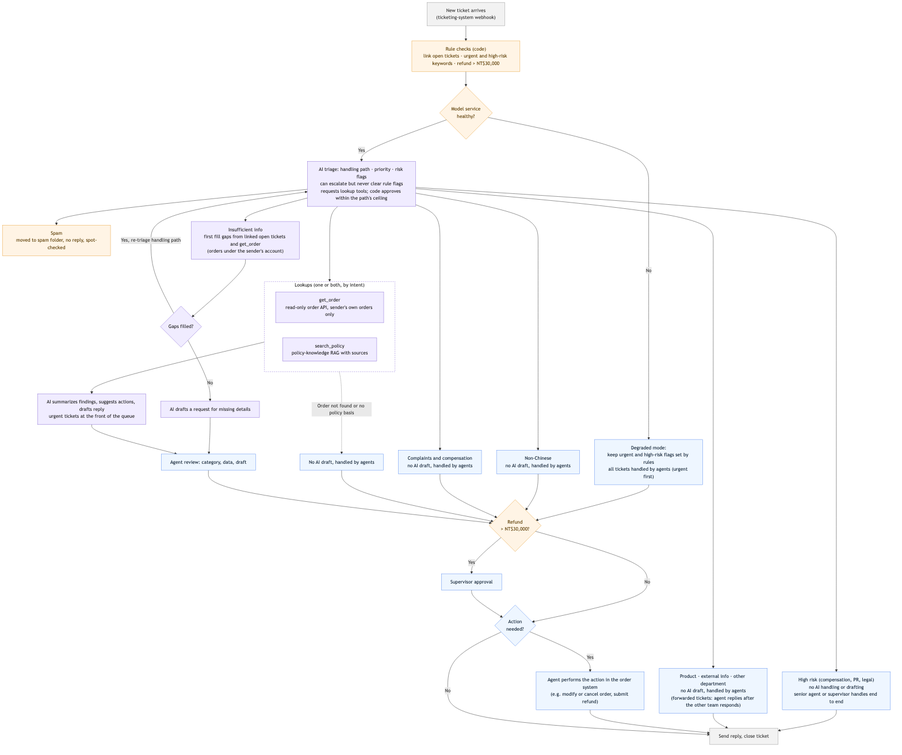
Earlier version of the Mermaid export docs/figures/workflow.png (wei-yiting/travel-support-ai-case-study). Its source is kept beside it as docs/figures/workflow.mmd.
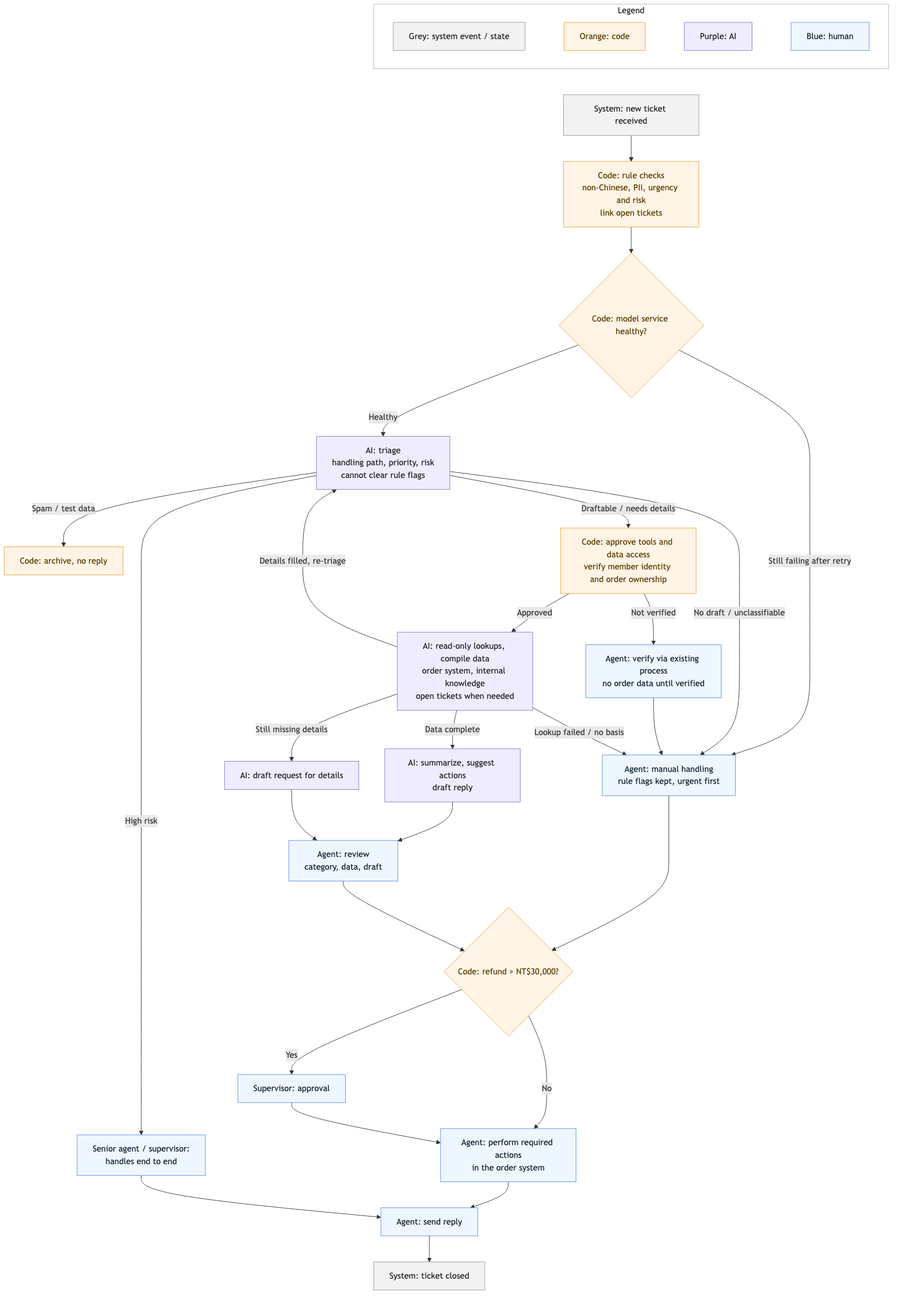
The same diagram one commit later.

Commit message:
Sync report with revised design: human-verified gates, feedback types, capacity model, sources

What changed in the source:
```diff
@@ -1,49 +1,45 @@
-%%{init: {"flowchart": {"wrappingWidth": 300}}}%%
 flowchart TD
-  A["New ticket arrives<br/>(ticketing-system webhook)"] --> R["Rule checks (code)<br/>link open tickets · urgent and high-risk keywords · refund > NT$30,000"]
-  R --> H{"Model service<br/>healthy?"}
-  H -- No --> M0["Degraded mode:<br/>keep urgent and high-risk flags set by rules<br/>all tickets handled by agents (urgent first)"]
-  H -- Yes --> C["AI triage: handling path · priority · risk flags<br/>can escalate but never clear rule flags<br/>requests lookup tools; code approves within the path's ceiling"]
+  subgraph LEGEND["Legend"]
+    direction LR
+    LS["Grey: system event / state"]
+    LR["Orange: code"]
+    LA["Purple: AI"]
+    LH["Blue: human"]
+    LS ~~~ LR ~~~ LA ~~~ LH
+  end
+  LEGEND ~~~ A
+  A["System: new ticket received"] --> R["Code: rule checks<br/>non-Chinese, PII, urgency and risk<br/>link open tickets"]
+  R --> M{"Code: model service healthy?"}
+  M -- "Still failing after retry" --> F["Agent: manual handling<br/>rule flags kept, urgent first"]
+  M -- "Healthy" --> T["AI: triage<br/>handling path, priority, risk<br/>cannot clear rule flags"]
+  T -- "Spam / test data" --> SP["Code: archive, no reply"]
+  T -- "High risk" --> HR["Senior agent / supervisor:<br/>handles end to end"]
+  T -- "No draft / unclassifiable" --> F
+  T -- "Draftable / needs details" --> G["Code: approve tools and data access<br/>verify member identity and order ownership"]
+  G -- "Not verified" --> V["Agent: verify via existing process<br/>no order data until verified"]
+  V --> F
+  G -- "Approved" --> Q["AI: read-only lookups, compile data<br/>order system, internal knowledge<br/>open tickets when needed"]
+  Q -- "Lookup failed / no basis" --> F
+  Q -- "Details filled, re-triage" --> T
+  Q -- "Still missing details" --> ASK["AI: draft request for details"]
+  Q -- "Data complete" --> D["AI: summarize, suggest actions<br/>draft reply"]
+  D --> C["Agent: review<br/>category, data, draft"]
+  ASK --> C
+  F --> J{"Code: refund > NT$30,000?"}
+  C --> J
+  J -- "Yes" --> S["Supervisor: approval"]
+  J -- "No" --> O["Agent: perform required actions<br/>in the order system"]
+  S --> O
+  O --> SEND["Agent: send reply"]
+  HR --> SEND
+  SEND --> DONE["System: ticket closed"]
 
-  C --> HR["High risk (compensation, PR, legal)<br/>no AI handling or drafting<br/>senior agent or supervisor handles end to end"]
-  C --> SP["Spam<br/>moved to spam folder, no reply, spot-checked"]
-  C --> NM["Product · external info · other department<br/>no AI draft, handled by agents<br/>(forwarded tickets: agent replies after the other team responds)"]
-  C --> CP["Complaints and compensation<br/>no AI draft, handled by agents"]
-  C --> INS["Insufficient info<br/>first fill gaps from linked open tickets and get_order<br/>(orders under the sender's account)"]
-  INS --> INSQ{"Gaps filled?"}
-  INSQ -- Yes, re-triage handling path --> C
-  INSQ -- No --> INSD["AI drafts a request for missing details"]
-  C --> NC["Non-Chinese<br/>no AI draft, handled by agents"]
-
-  subgraph Q["Lookups (one or both, by intent)"]
-    QO["get_order<br/>read-only order API, sender's own orders only"]
-    QK["search_policy<br/>policy-knowledge RAG with sources"]
-  end
-  C --> Q
-  Q -. Order not found or no policy basis .-> M1["No AI draft, handled by agents"]
-  Q --> D["AI summarizes findings, suggests actions, drafts reply<br/>urgent tickets at the front of the queue"]
-
-  M0 --> J
-  HR --> SEND
-  NM --> SEND
-  NC --> J
-  CP --> J
-  INSD --> K
-  M1 --> J
-  D --> K["Agent review: category, data, draft"]
-  K --> J{"Refund<br/>> NT$30,000?"}
-  J -- Yes --> S["Supervisor approval"]
-  J -- No --> OP{"Action<br/>needed?"}
-  S --> OP
-  OP -- Yes --> X["Agent performs the action in the order system<br/>(e.g. modify or cancel order, submit refund)"] --> SEND["Send reply, close ticket"]
-  OP -- No --> SEND
-
+  classDef sys fill:#f2f2f2,stroke:#999,color:#222;
   classDef rule fill:#fff4e5,stroke:#e8a33d,color:#5a3b00;
+  classDef ai fill:#f0ecff,stroke:#8b6fd6,color:#222;
   classDef human fill:#eef6ff,stroke:#5b8def,color:#123;
-  classDef ai fill:#f0ecff,stroke:#8b6fd6,color:#222;
-  classDef sys fill:#f2f2f2,stroke:#999,color:#333;
-  class R,H,J,SP rule;
-  class M0,HR,NM,NC,CP,M1,K,S,X,OP human;
-  class C,QO,QK,D,INS,INSQ,INSD ai;
-  class A,SEND sys;
-  style Q fill:#ffffff,stroke:#8b6fd6,stroke-dasharray: 4 3,color:#222
+  class A,DONE,LS sys;
+  class R,M,G,J,SP,LR rule;
+  class T,Q,ASK,D,LA ai;
+  class F,HR,V,C,S,O,SEND,LH human;
+  style LEGEND fill:#ffffff,stroke:#b7b7b7,color:#222
```
